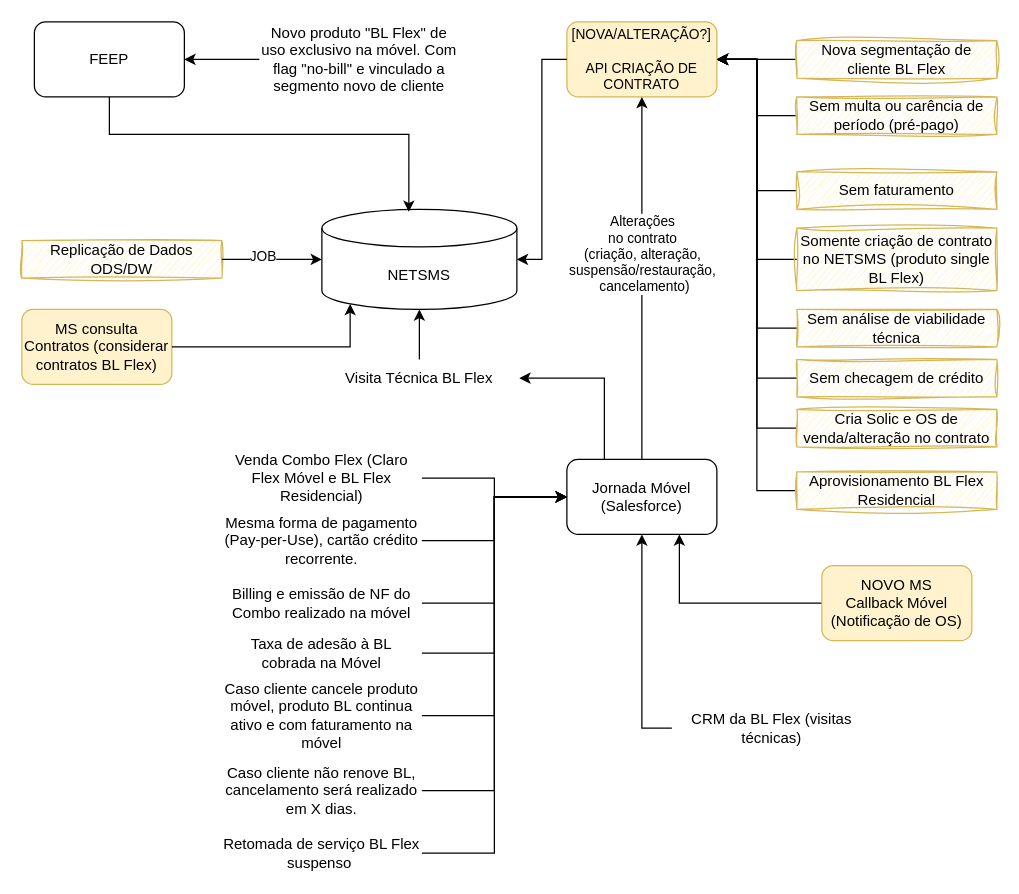
Above: page "Página-1" (1 of 2) of Banda Larga Flex na Móvel- Pré-Pago.drawio in samirali/ClaroBrasil (draw.io), before the change. Source tidied: cells renumbered, new cells numbered last; positions are measured from the earlier drawing's top-left corner, leaving out a move shared by most shapes. Both pictures are drawn from the tidied source at 125%, with x=0, y=0 at pixel (21, 21).
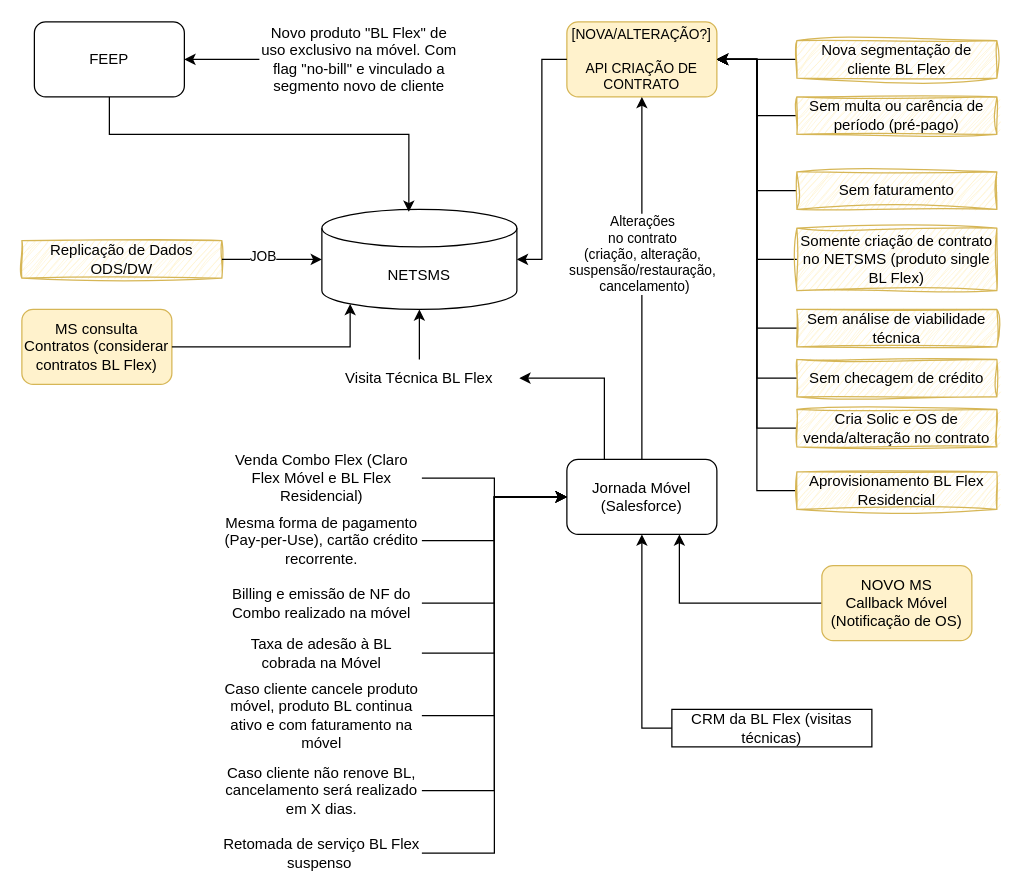
The same page after the edit.

Change to the diagram source:
```diff
@@
-    <mxCell id="41" value="CRM da BL Flex (visitas técnicas)" style="text;html=1;align=center;verticalAlign=middle;whiteSpace=wrap;rounded=0;" parent="1" vertex="1">
+    <mxCell id="41" value="CRM da BL Flex (visitas técnicas)" style="text;html=1;align=center;verticalAlign=middle;whiteSpace=wrap;rounded=0;strokeColor=default;" parent="1" vertex="1">
       <mxGeometry x="520" y="550" width="160" height="30" as="geometry" />
     </mxCell>
```
